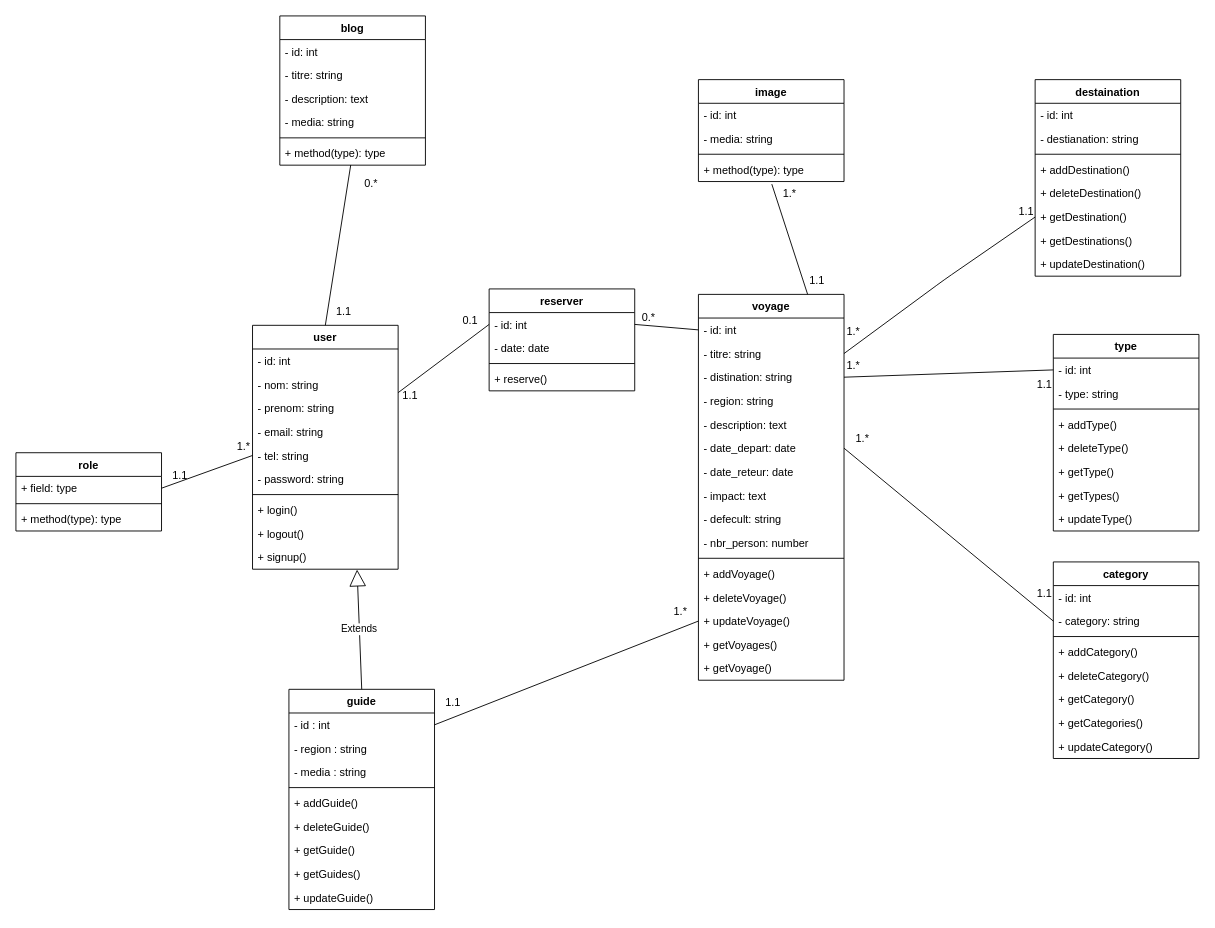
The draw.io diagram conception/diagramme_classe.drawio in AllaouiJihad/On_the_Road, before the edit. Source tidied: cells renumbered, new cells numbered last; positions are measured from the earlier drawing's top-left corner, leaving out a move shared by most shapes. Both pictures are drawn from the tidied source at 91%, with x=0, y=0 at pixel (15, 15).
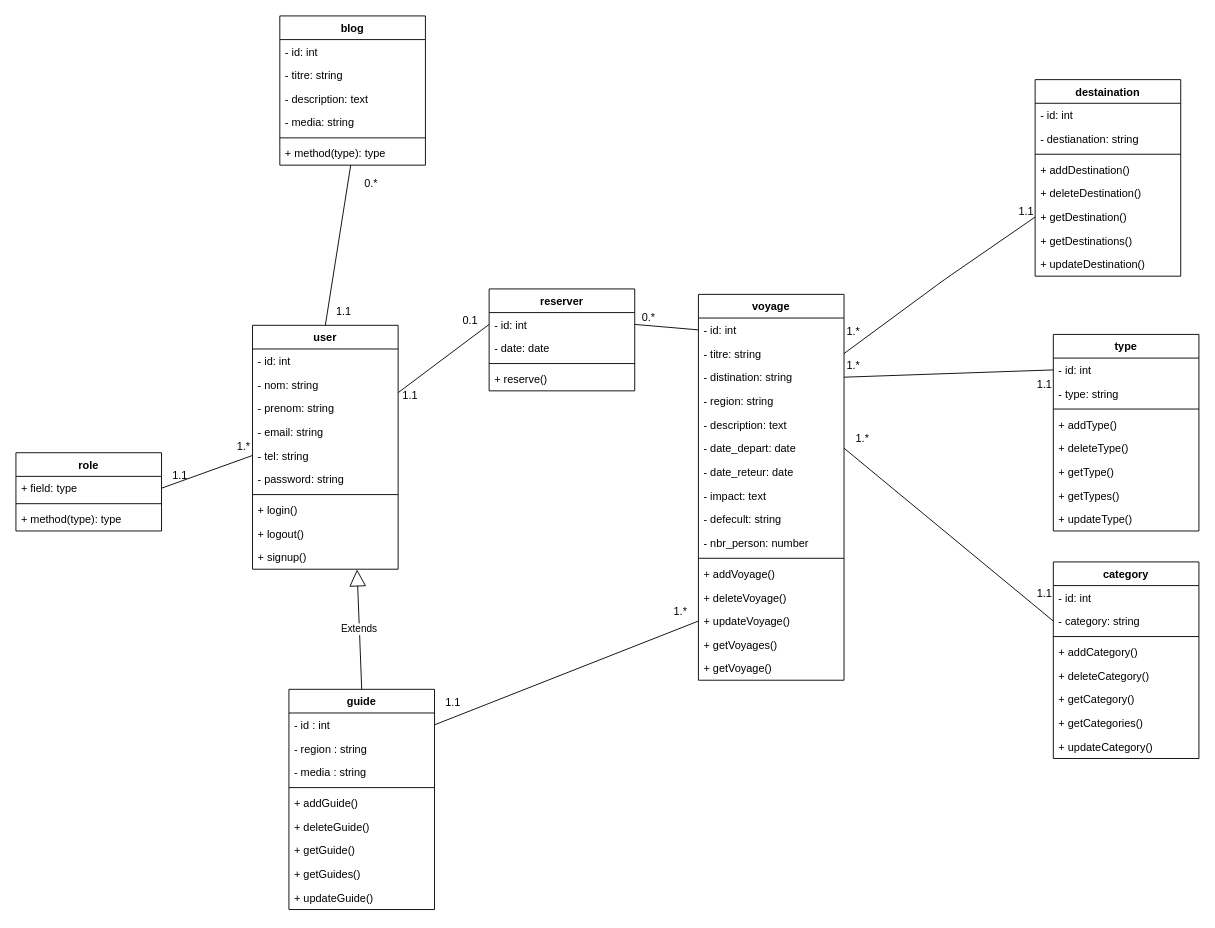
After the change.

Unchanged cells that the change refers to:
```xml
<mxCell id="2" value="voyage" style="swimlane;fontStyle=1;align=center;verticalAlign=top;horizontal=1;startSize=26;" parent="1" vertex="1">
  <mxGeometry x="750" y="306" width="160" height="424" as="geometry" />
</mxCell>
```

Diff of the diagram source:
```diff
@@
-    <mxCell id="46" value="image" style="swimlane;fontStyle=1;align=center;verticalAlign=top;horizontal=1;startSize=26;" parent="1" vertex="1">
-      <mxGeometry x="750" y="70" width="160" height="112" as="geometry" />
-    </mxCell>
-    <mxCell id="47" value="- id: int" style="text;strokeColor=none;fillColor=none;align=left;verticalAlign=top;spacingLeft=4;spacingRight=4;overflow=hidden;" parent="46" vertex="1">
-      <mxGeometry y="26" width="160" height="26" as="geometry" />
-    </mxCell>
-    <mxCell id="48" value="- media: string" style="text;strokeColor=none;fillColor=none;align=left;verticalAlign=top;spacingLeft=4;spacingRight=4;overflow=hidden;" parent="46" vertex="1">
-      <mxGeometry y="52" width="160" height="26" as="geometry" />
-    </mxCell>
-    <mxCell id="49" style="line;strokeWidth=1;fillColor=none;align=left;verticalAlign=middle;spacingTop=-1;spacingLeft=3;spacingRight=3;labelPosition=right;strokeColor=inherit;" parent="46" vertex="1">
-      <mxGeometry y="78" width="160" height="8" as="geometry" />
-    </mxCell>
-    <mxCell id="50" value="+ method(type): type" style="text;strokeColor=none;fillColor=none;align=left;verticalAlign=top;spacingLeft=4;spacingRight=4;overflow=hidden;points=[[0,0.5],[1,0.5]];portConstraint=eastwest;" parent="46" vertex="1">
-      <mxGeometry y="86" width="160" height="26" as="geometry" />
-    </mxCell>
@@
-    <mxCell id="54" style="endArrow=none;html=1;entryX=0.504;entryY=1.109;entryDx=0;entryDy=0;exitX=0.75;exitY=0;exitDx=0;exitDy=0;entryPerimeter=0;" parent="1" edge="1" source="2" target="50">
-      <mxGeometry relative="1" as="geometry" />
-    </mxCell>
@@
-    <mxCell id="99" value="1.*" style="text;html=1;align=center;verticalAlign=middle;strokeColor=none;fillColor=none;" parent="1" vertex="1">
-      <mxGeometry x="830" y="180" width="40" height="30" as="geometry" />
-    </mxCell>
-    <mxCell id="100" value="1.1" style="text;html=1;align=center;verticalAlign=middle;strokeColor=none;fillColor=none;" parent="1" vertex="1">
-      <mxGeometry x="860" y="276" width="40" height="30" as="geometry" />
-    </mxCell>
```
